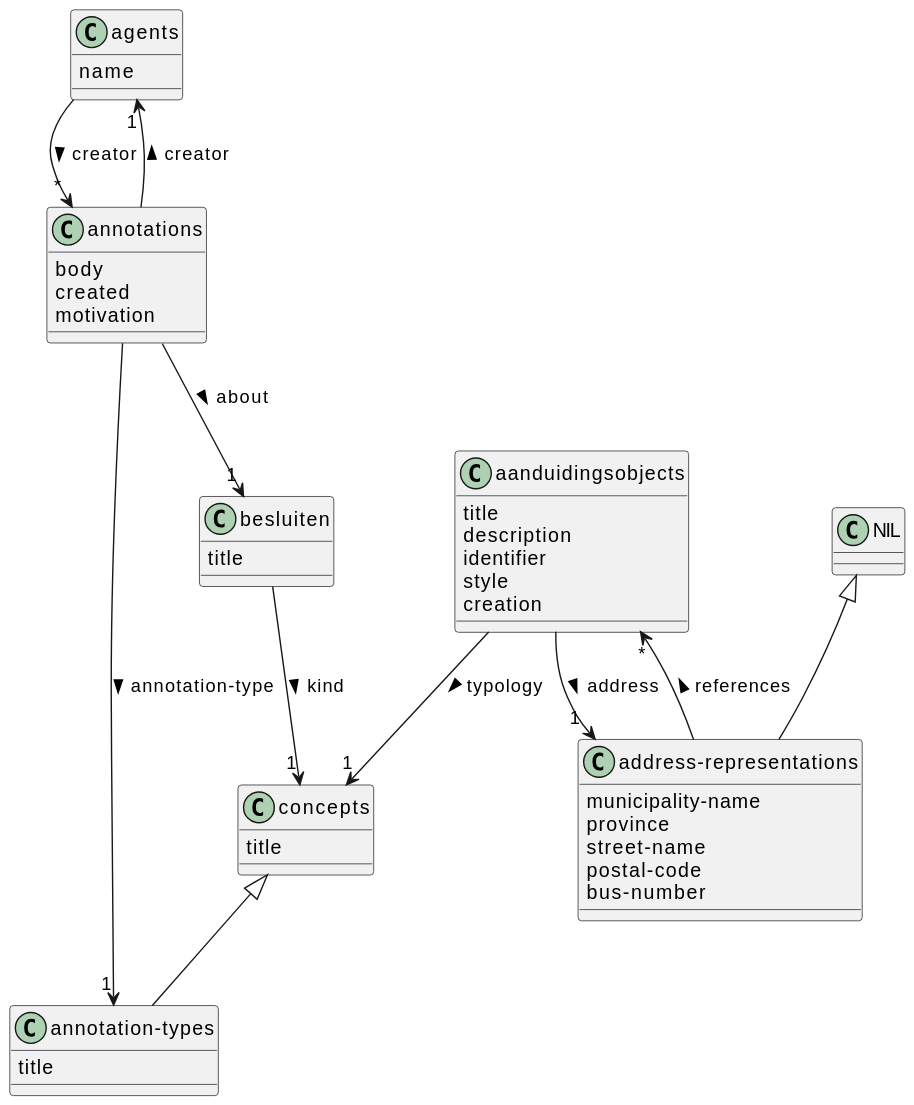
Above: doc/jsonapi-domain.svg in lblod/app-ai-hackathon-group-4 (PlantUML), before the change.
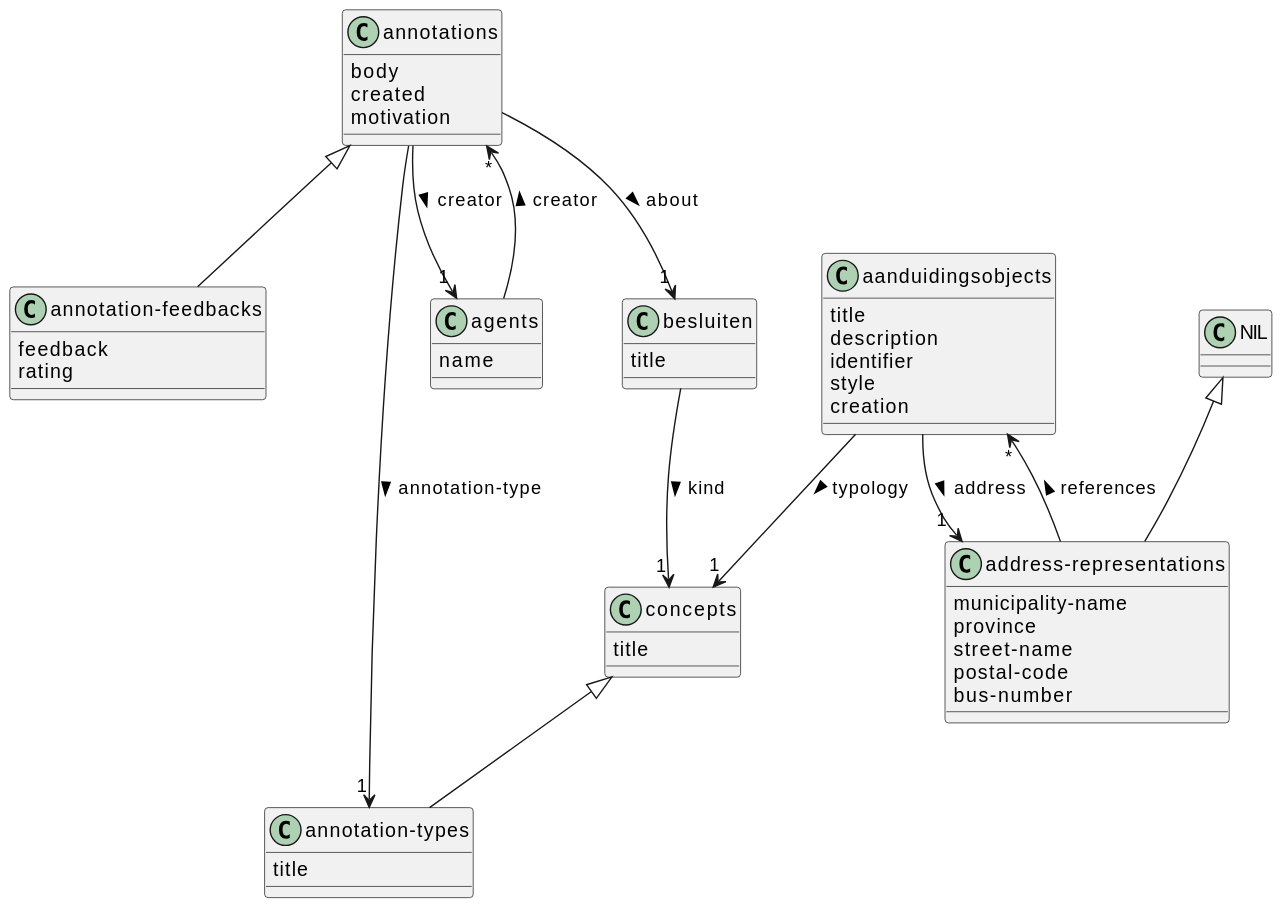
Above is the later version.

Commit message:
add annotation-feedback class

Diff of the diagram source:
```diff
@@ -1,8 +1,9 @@
 @startuml
 set namespaceSeparator none
-class "agents"
-"agents" : name
-"agents" --> "*" "annotations" : creator >
+class "annotation-feedbacks"
+"annotation-feedbacks" : feedback
+"annotation-feedbacks" : rating
+"annotations" <|-- "annotation-feedbacks"
 class "annotations"
 "annotations" : body
 "annotations" : created
@@ -10,6 +11,9 @@
 "annotations" --> "1" "annotation-types" : annotation-type >
 "annotations" --> "1" "agents" : creator >
 "annotations" --> "1" "besluiten" : about >
+class "agents"
+"agents" : name
+"agents" --> "*" "annotations" : creator >
 class "aanduidingsobjects"
 "aanduidingsobjects" : title
 "aanduidingsobjects" : description
```
